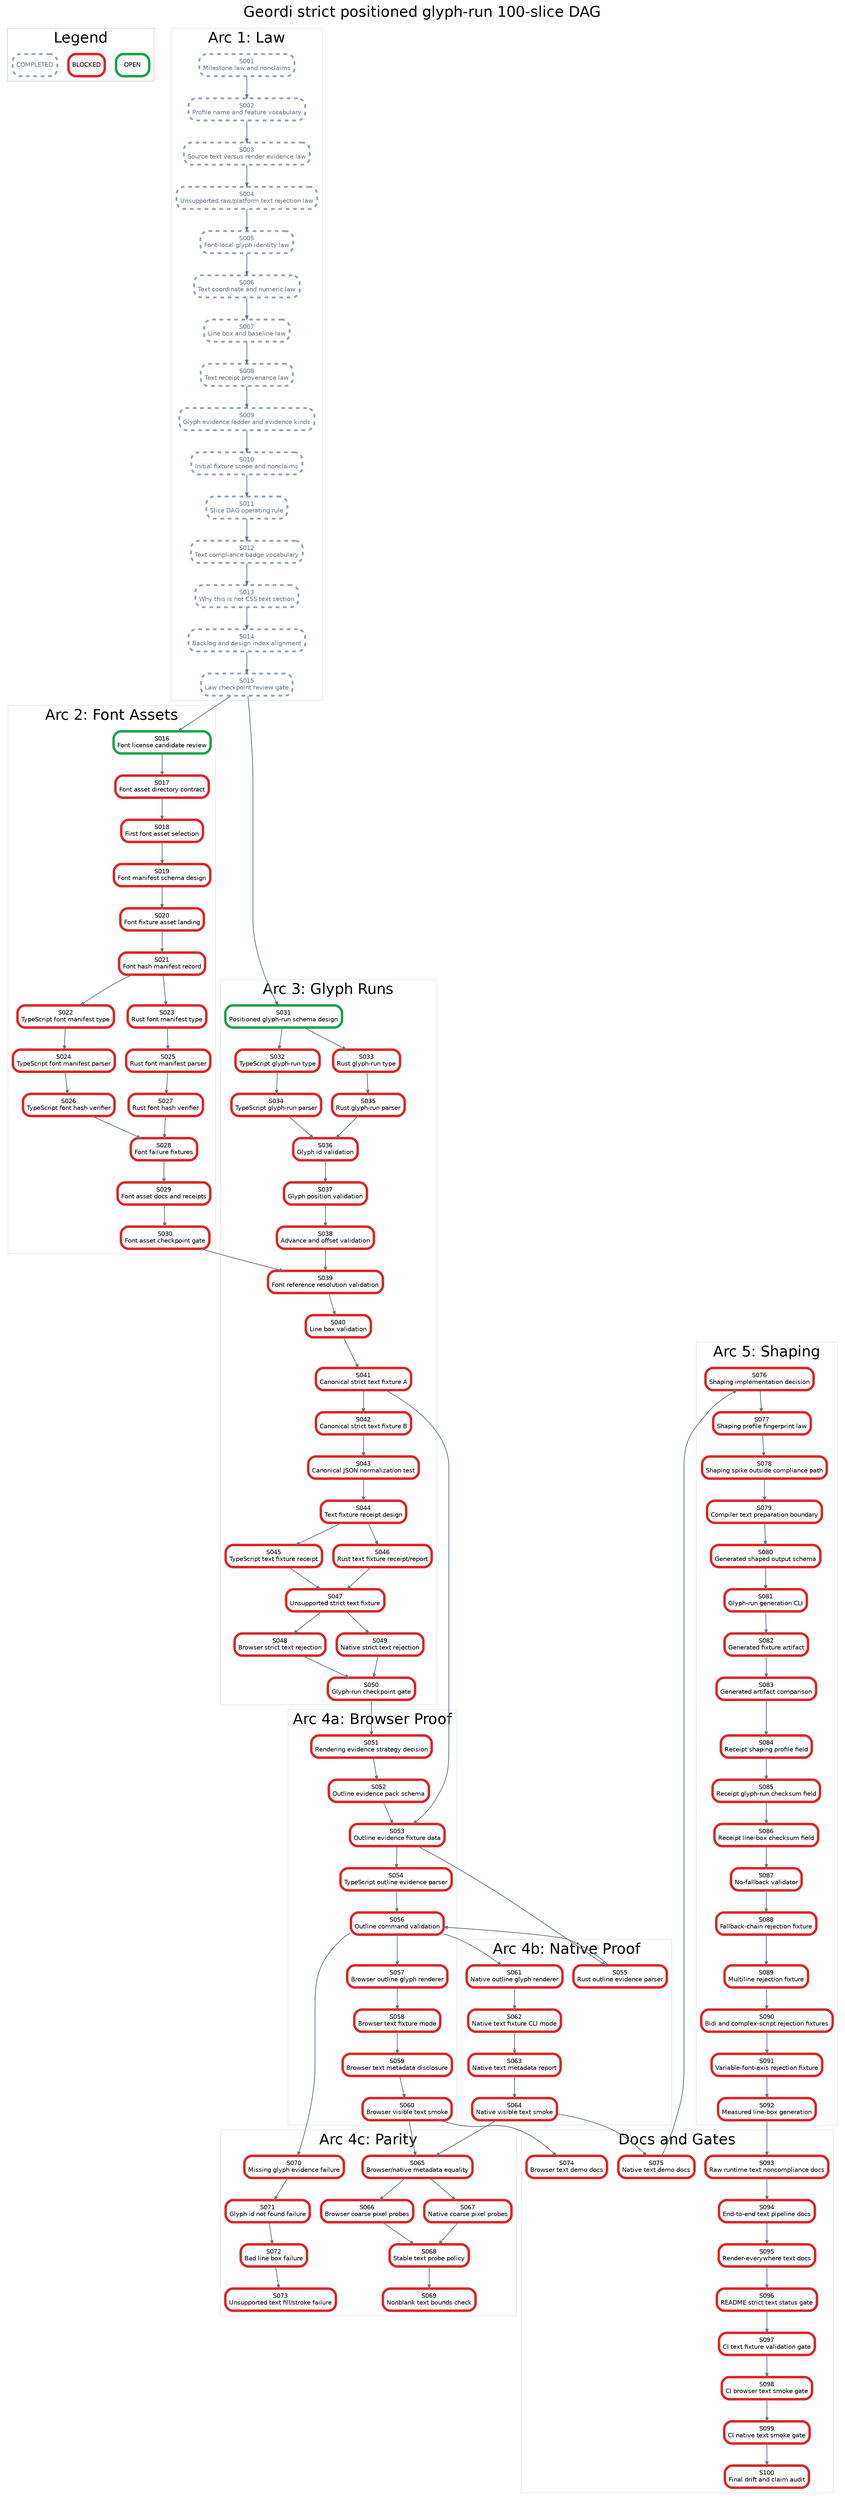
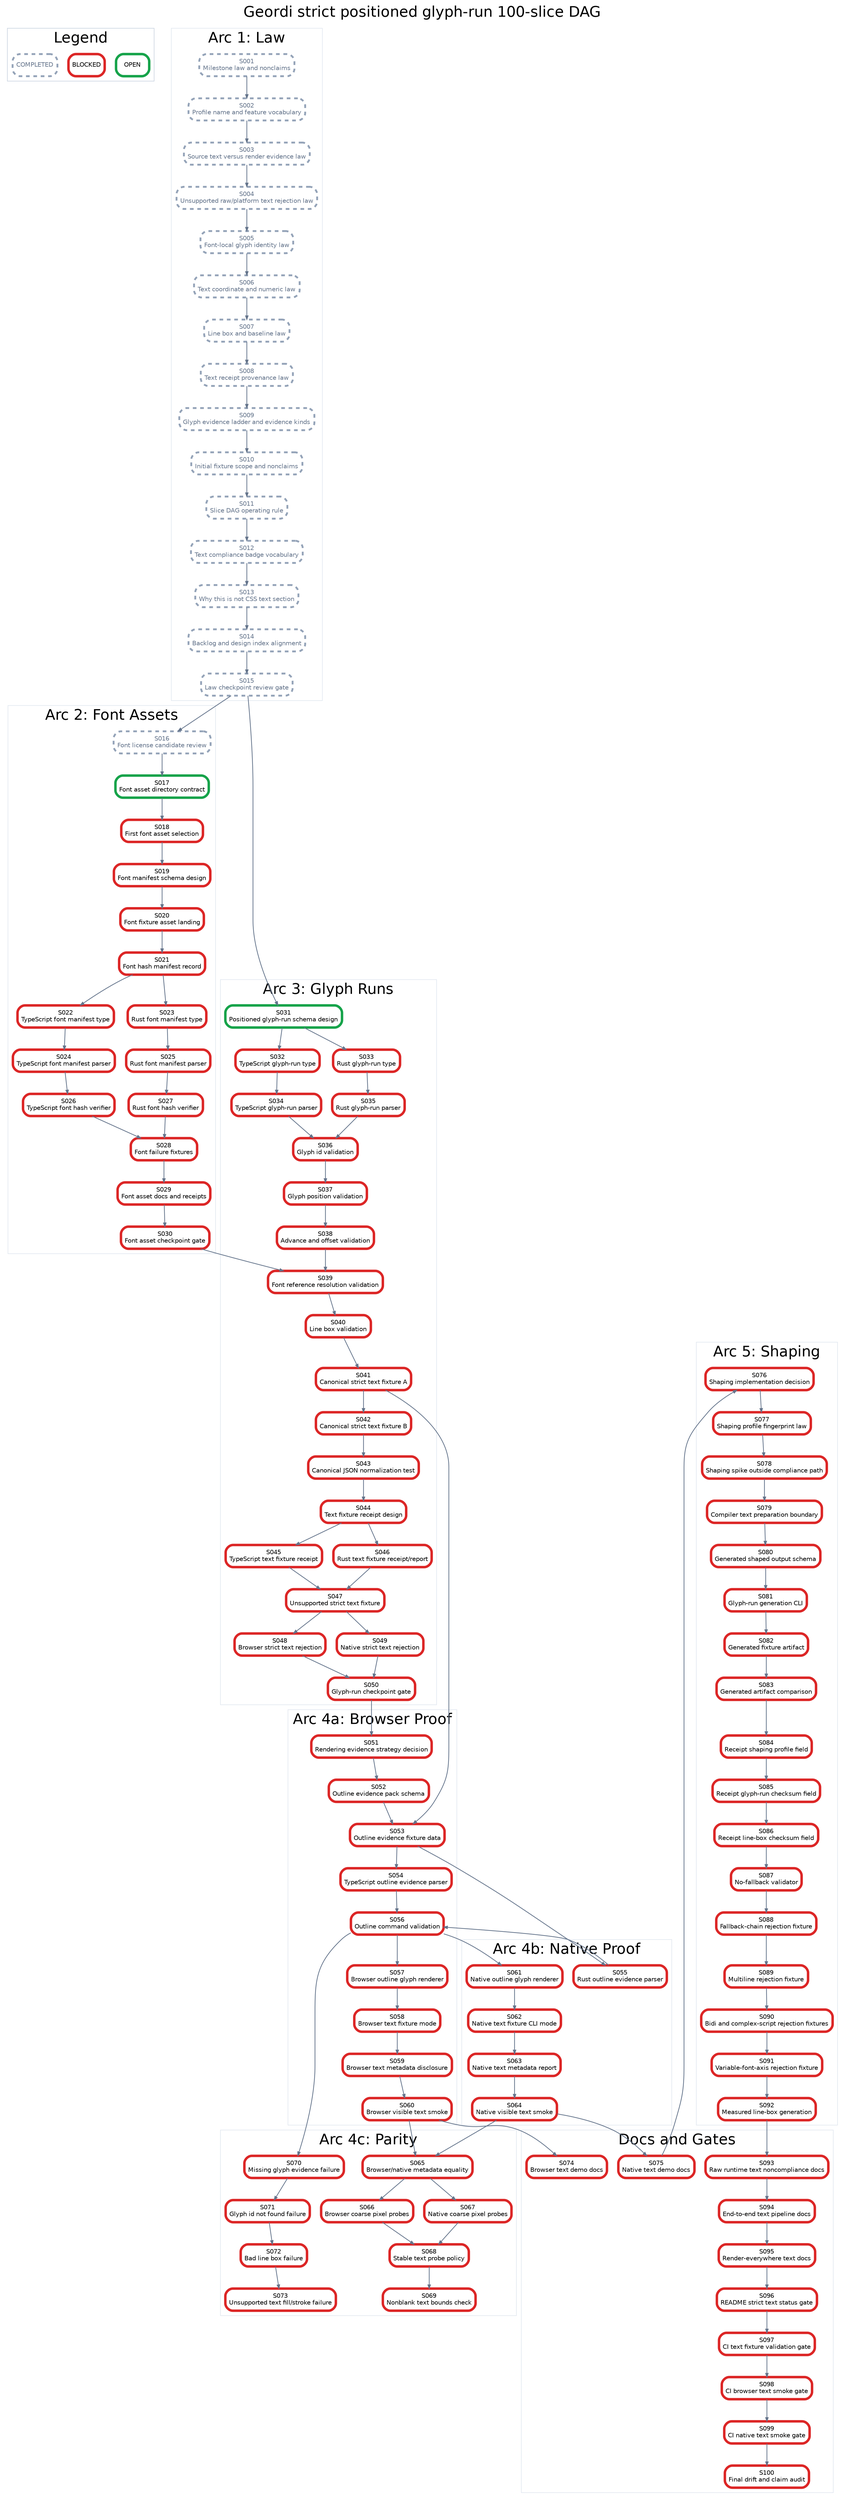
digraph StrictPositionedGlyphRunPlan {
  graph [rankdir=TB, bgcolor="white", fontname="Helvetica", label="Geordi strict positioned glyph-run 100-slice DAG", labelloc="t", fontsize=24];
  node [shape=box, style="rounded,filled", fillcolor="white", fontname="Helvetica", fontsize=10, margin="0.08,0.05"];
  edge [color="#64748b", arrowsize=0.6, penwidth=1.2];

  subgraph cluster_legend {
    label="Legend";
    color="#cbd5e1";
    legend_open [label="OPEN", color="#16a34a", penwidth=4];
    legend_blocked [label="BLOCKED", color="#dc2626", penwidth=4];
    legend_done [label="COMPLETED", color="#94a3b8", penwidth=3, style="rounded,filled,dashed", fontcolor="#64748b"];
  }

  subgraph cluster_law {
    label="Arc 1: Law";
    color="#e2e8f0";
    S001 [label="S001\nMilestone law and nonclaims", color="#94a3b8", penwidth=3, style="rounded,filled,dashed", fontcolor="#64748b"];
    S002 [label="S002\nProfile name and feature vocabulary", color="#94a3b8", penwidth=3, style="rounded,filled,dashed", fontcolor="#64748b"];
    S003 [label="S003\nSource text versus render evidence law", color="#94a3b8", penwidth=3, style="rounded,filled,dashed", fontcolor="#64748b"];
    S004 [label="S004\nUnsupported raw/platform text rejection law", color="#94a3b8", penwidth=3, style="rounded,filled,dashed", fontcolor="#64748b"];
    S005 [label="S005\nFont-local glyph identity law", color="#94a3b8", penwidth=3, style="rounded,filled,dashed", fontcolor="#64748b"];
    S006 [label="S006\nText coordinate and numeric law", color="#94a3b8", penwidth=3, style="rounded,filled,dashed", fontcolor="#64748b"];
    S007 [label="S007\nLine box and baseline law", color="#94a3b8", penwidth=3, style="rounded,filled,dashed", fontcolor="#64748b"];
    S008 [label="S008\nText receipt provenance law", color="#94a3b8", penwidth=3, style="rounded,filled,dashed", fontcolor="#64748b"];
    S009 [label="S009\nGlyph evidence ladder and evidence kinds", color="#94a3b8", penwidth=3, style="rounded,filled,dashed", fontcolor="#64748b"];
    S010 [label="S010\nInitial fixture scope and nonclaims", color="#94a3b8", penwidth=3, style="rounded,filled,dashed", fontcolor="#64748b"];
    S011 [label="S011\nSlice DAG operating rule", color="#94a3b8", penwidth=3, style="rounded,filled,dashed", fontcolor="#64748b"];
    S012 [label="S012\nText compliance badge vocabulary", color="#94a3b8", penwidth=3, style="rounded,filled,dashed", fontcolor="#64748b"];
    S013 [label="S013\nWhy this is not CSS text section", color="#94a3b8", penwidth=3, style="rounded,filled,dashed", fontcolor="#64748b"];
    S014 [label="S014\nBacklog and design index alignment", color="#94a3b8", penwidth=3, style="rounded,filled,dashed", fontcolor="#64748b"];
    S015 [label="S015\nLaw checkpoint review gate", color="#94a3b8", penwidth=3, style="rounded,filled,dashed", fontcolor="#64748b"];
  }

  subgraph cluster_assets {
    label="Arc 2: Font Assets";
    color="#e2e8f0";
-     S016 [label="S016\nFont license candidate review", color="#16a34a", penwidth=4];
-     S017 [label="S017\nFont asset directory contract", color="#dc2626", penwidth=4];
+     S016 [label="S016\nFont license candidate review", color="#94a3b8", penwidth=3, style="rounded,filled,dashed", fontcolor="#64748b"];
+     S017 [label="S017\nFont asset directory contract", color="#16a34a", penwidth=4];
    S018 [label="S018\nFirst font asset selection", color="#dc2626", penwidth=4];
    S019 [label="S019\nFont manifest schema design", color="#dc2626", penwidth=4];
    S020 [label="S020\nFont fixture asset landing", color="#dc2626", penwidth=4];
    S021 [label="S021\nFont hash manifest record", color="#dc2626", penwidth=4];
    S022 [label="S022\nTypeScript font manifest type", color="#dc2626", penwidth=4];
    S023 [label="S023\nRust font manifest type", color="#dc2626", penwidth=4];
    S024 [label="S024\nTypeScript font manifest parser", color="#dc2626", penwidth=4];
    S025 [label="S025\nRust font manifest parser", color="#dc2626", penwidth=4];
    S026 [label="S026\nTypeScript font hash verifier", color="#dc2626", penwidth=4];
    S027 [label="S027\nRust font hash verifier", color="#dc2626", penwidth=4];
    S028 [label="S028\nFont failure fixtures", color="#dc2626", penwidth=4];
    S029 [label="S029\nFont asset docs and receipts", color="#dc2626", penwidth=4];
    S030 [label="S030\nFont asset checkpoint gate", color="#dc2626", penwidth=4];
  }

  subgraph cluster_glyph {
    label="Arc 3: Glyph Runs";
    color="#e2e8f0";
    S031 [label="S031\nPositioned glyph-run schema design", color="#16a34a", penwidth=4];
    S032 [label="S032\nTypeScript glyph-run type", color="#dc2626", penwidth=4];
    S033 [label="S033\nRust glyph-run type", color="#dc2626", penwidth=4];
    S034 [label="S034\nTypeScript glyph-run parser", color="#dc2626", penwidth=4];
    S035 [label="S035\nRust glyph-run parser", color="#dc2626", penwidth=4];
    S036 [label="S036\nGlyph id validation", color="#dc2626", penwidth=4];
    S037 [label="S037\nGlyph position validation", color="#dc2626", penwidth=4];
    S038 [label="S038\nAdvance and offset validation", color="#dc2626", penwidth=4];
    S039 [label="S039\nFont reference resolution validation", color="#dc2626", penwidth=4];
    S040 [label="S040\nLine box validation", color="#dc2626", penwidth=4];
    S041 [label="S041\nCanonical strict text fixture A", color="#dc2626", penwidth=4];
    S042 [label="S042\nCanonical strict text fixture B", color="#dc2626", penwidth=4];
    S043 [label="S043\nCanonical JSON normalization test", color="#dc2626", penwidth=4];
    S044 [label="S044\nText fixture receipt design", color="#dc2626", penwidth=4];
    S045 [label="S045\nTypeScript text fixture receipt", color="#dc2626", penwidth=4];
    S046 [label="S046\nRust text fixture receipt/report", color="#dc2626", penwidth=4];
    S047 [label="S047\nUnsupported strict text fixture", color="#dc2626", penwidth=4];
    S048 [label="S048\nBrowser strict text rejection", color="#dc2626", penwidth=4];
    S049 [label="S049\nNative strict text rejection", color="#dc2626", penwidth=4];
    S050 [label="S050\nGlyph-run checkpoint gate", color="#dc2626", penwidth=4];
  }

  subgraph cluster_browser {
    label="Arc 4a: Browser Proof";
    color="#e2e8f0";
    S051 [label="S051\nRendering evidence strategy decision", color="#dc2626", penwidth=4];
    S052 [label="S052\nOutline evidence pack schema", color="#dc2626", penwidth=4];
    S053 [label="S053\nOutline evidence fixture data", color="#dc2626", penwidth=4];
    S054 [label="S054\nTypeScript outline evidence parser", color="#dc2626", penwidth=4];
    S056 [label="S056\nOutline command validation", color="#dc2626", penwidth=4];
    S057 [label="S057\nBrowser outline glyph renderer", color="#dc2626", penwidth=4];
    S058 [label="S058\nBrowser text fixture mode", color="#dc2626", penwidth=4];
    S059 [label="S059\nBrowser text metadata disclosure", color="#dc2626", penwidth=4];
    S060 [label="S060\nBrowser visible text smoke", color="#dc2626", penwidth=4];
  }

  subgraph cluster_native {
    label="Arc 4b: Native Proof";
    color="#e2e8f0";
    S055 [label="S055\nRust outline evidence parser", color="#dc2626", penwidth=4];
    S061 [label="S061\nNative outline glyph renderer", color="#dc2626", penwidth=4];
    S062 [label="S062\nNative text fixture CLI mode", color="#dc2626", penwidth=4];
    S063 [label="S063\nNative text metadata report", color="#dc2626", penwidth=4];
    S064 [label="S064\nNative visible text smoke", color="#dc2626", penwidth=4];
  }

  subgraph cluster_parity {
    label="Arc 4c: Parity";
    color="#e2e8f0";
    S065 [label="S065\nBrowser/native metadata equality", color="#dc2626", penwidth=4];
    S066 [label="S066\nBrowser coarse pixel probes", color="#dc2626", penwidth=4];
    S067 [label="S067\nNative coarse pixel probes", color="#dc2626", penwidth=4];
    S068 [label="S068\nStable text probe policy", color="#dc2626", penwidth=4];
    S069 [label="S069\nNonblank text bounds check", color="#dc2626", penwidth=4];
    S070 [label="S070\nMissing glyph evidence failure", color="#dc2626", penwidth=4];
    S071 [label="S071\nGlyph id not found failure", color="#dc2626", penwidth=4];
    S072 [label="S072\nBad line box failure", color="#dc2626", penwidth=4];
    S073 [label="S073\nUnsupported text fill/stroke failure", color="#dc2626", penwidth=4];
  }

  subgraph cluster_shaping {
    label="Arc 5: Shaping";
    color="#e2e8f0";
    S076 [label="S076\nShaping implementation decision", color="#dc2626", penwidth=4];
    S077 [label="S077\nShaping profile fingerprint law", color="#dc2626", penwidth=4];
    S078 [label="S078\nShaping spike outside compliance path", color="#dc2626", penwidth=4];
    S079 [label="S079\nCompiler text preparation boundary", color="#dc2626", penwidth=4];
    S080 [label="S080\nGenerated shaped output schema", color="#dc2626", penwidth=4];
    S081 [label="S081\nGlyph-run generation CLI", color="#dc2626", penwidth=4];
    S082 [label="S082\nGenerated fixture artifact", color="#dc2626", penwidth=4];
    S083 [label="S083\nGenerated artifact comparison", color="#dc2626", penwidth=4];
    S084 [label="S084\nReceipt shaping profile field", color="#dc2626", penwidth=4];
    S085 [label="S085\nReceipt glyph-run checksum field", color="#dc2626", penwidth=4];
    S086 [label="S086\nReceipt line-box checksum field", color="#dc2626", penwidth=4];
    S087 [label="S087\nNo-fallback validator", color="#dc2626", penwidth=4];
    S088 [label="S088\nFallback-chain rejection fixture", color="#dc2626", penwidth=4];
    S089 [label="S089\nMultiline rejection fixture", color="#dc2626", penwidth=4];
    S090 [label="S090\nBidi and complex-script rejection fixtures", color="#dc2626", penwidth=4];
    S091 [label="S091\nVariable-font-axis rejection fixture", color="#dc2626", penwidth=4];
    S092 [label="S092\nMeasured line-box generation", color="#dc2626", penwidth=4];
  }

  subgraph cluster_docs {
    label="Docs and Gates";
    color="#e2e8f0";
    S074 [label="S074\nBrowser text demo docs", color="#dc2626", penwidth=4];
    S075 [label="S075\nNative text demo docs", color="#dc2626", penwidth=4];
    S093 [label="S093\nRaw runtime text noncompliance docs", color="#dc2626", penwidth=4];
    S094 [label="S094\nEnd-to-end text pipeline docs", color="#dc2626", penwidth=4];
    S095 [label="S095\nRender-everywhere text docs", color="#dc2626", penwidth=4];
    S096 [label="S096\nREADME strict text status gate", color="#dc2626", penwidth=4];
    S097 [label="S097\nCI text fixture validation gate", color="#dc2626", penwidth=4];
    S098 [label="S098\nCI browser text smoke gate", color="#dc2626", penwidth=4];
    S099 [label="S099\nCI native text smoke gate", color="#dc2626", penwidth=4];
    S100 [label="S100\nFinal drift and claim audit", color="#dc2626", penwidth=4];
  }

  S001 -> S002;
  S002 -> S003;
  S003 -> S004;
  S004 -> S005;
  S005 -> S006;
  S006 -> S007;
  S007 -> S008;
  S008 -> S009;
  S009 -> S010;
  S010 -> S011;
  S011 -> S012;
  S012 -> S013;
  S013 -> S014;
  S014 -> S015;
  S015 -> S016;
  S016 -> S017;
  S017 -> S018;
  S018 -> S019;
  S019 -> S020;
  S020 -> S021;
  S021 -> S022;
  S021 -> S023;
  S022 -> S024;
  S023 -> S025;
  S024 -> S026;
  S025 -> S027;
  S026 -> S028;
  S027 -> S028;
  S028 -> S029;
  S029 -> S030;
  S015 -> S031;
  S031 -> S032;
  S031 -> S033;
  S032 -> S034;
  S033 -> S035;
  S034 -> S036;
  S035 -> S036;
  S036 -> S037;
  S037 -> S038;
  S038 -> S039;
  S039 -> S040;
  S030 -> S039;
  S040 -> S041;
  S041 -> S042;
  S042 -> S043;
  S043 -> S044;
  S044 -> S045;
  S044 -> S046;
  S045 -> S047;
  S046 -> S047;
  S047 -> S048;
  S047 -> S049;
  S048 -> S050;
  S049 -> S050;
  S050 -> S051;
  S051 -> S052;
  S052 -> S053;
  S041 -> S053;
  S053 -> S054;
  S053 -> S055;
  S054 -> S056;
  S055 -> S056;
  S056 -> S057;
  S057 -> S058;
  S058 -> S059;
  S059 -> S060;
  S056 -> S061;
  S061 -> S062;
  S062 -> S063;
  S063 -> S064;
  S060 -> S065;
  S064 -> S065;
  S065 -> S066;
  S065 -> S067;
  S066 -> S068;
  S067 -> S068;
  S068 -> S069;
  S056 -> S070;
  S070 -> S071;
  S071 -> S072;
  S072 -> S073;
  S060 -> S074;
  S064 -> S075;
  S075 -> S076;
  S076 -> S077;
  S077 -> S078;
  S078 -> S079;
  S079 -> S080;
  S080 -> S081;
  S081 -> S082;
  S082 -> S083;
  S083 -> S084;
  S084 -> S085;
  S085 -> S086;
  S086 -> S087;
  S087 -> S088;
  S088 -> S089;
  S089 -> S090;
  S090 -> S091;
  S091 -> S092;
  S092 -> S093;
  S093 -> S094;
  S094 -> S095;
  S095 -> S096;
  S096 -> S097;
  S097 -> S098;
  S098 -> S099;
  S099 -> S100;
}
